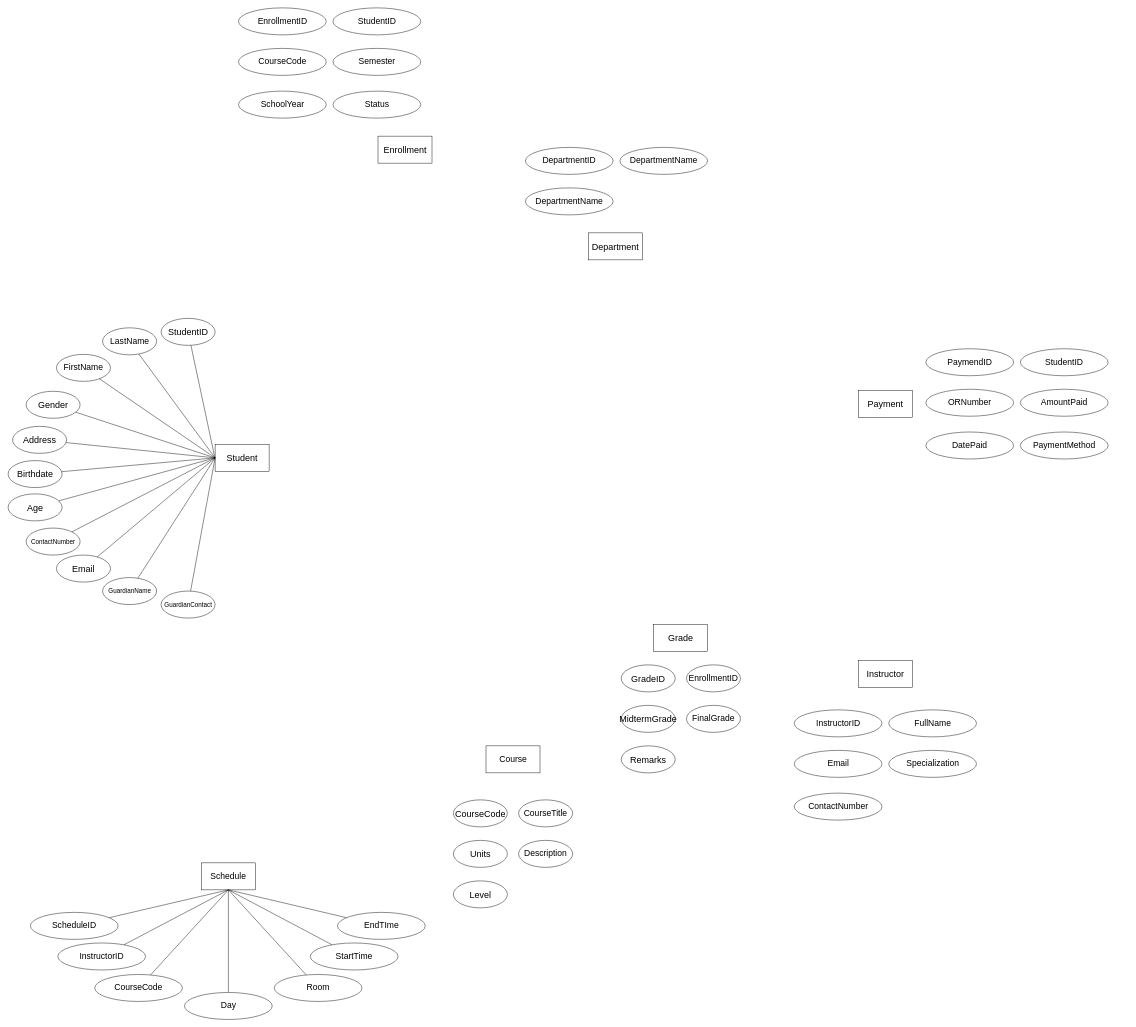
N0Obitaz/DrawIODiagrams keeps this draw.io diagram as Projects/Untitled Diagram.drawio. Above is the earlier version. Source tidied: cells renumbered, new cells numbered last; positions are measured from the earlier drawing's top-left corner, leaving out a move shared by most shapes. Both pictures are drawn from the tidied source at 45%, with x=0, y=0 at pixel (8, 8).
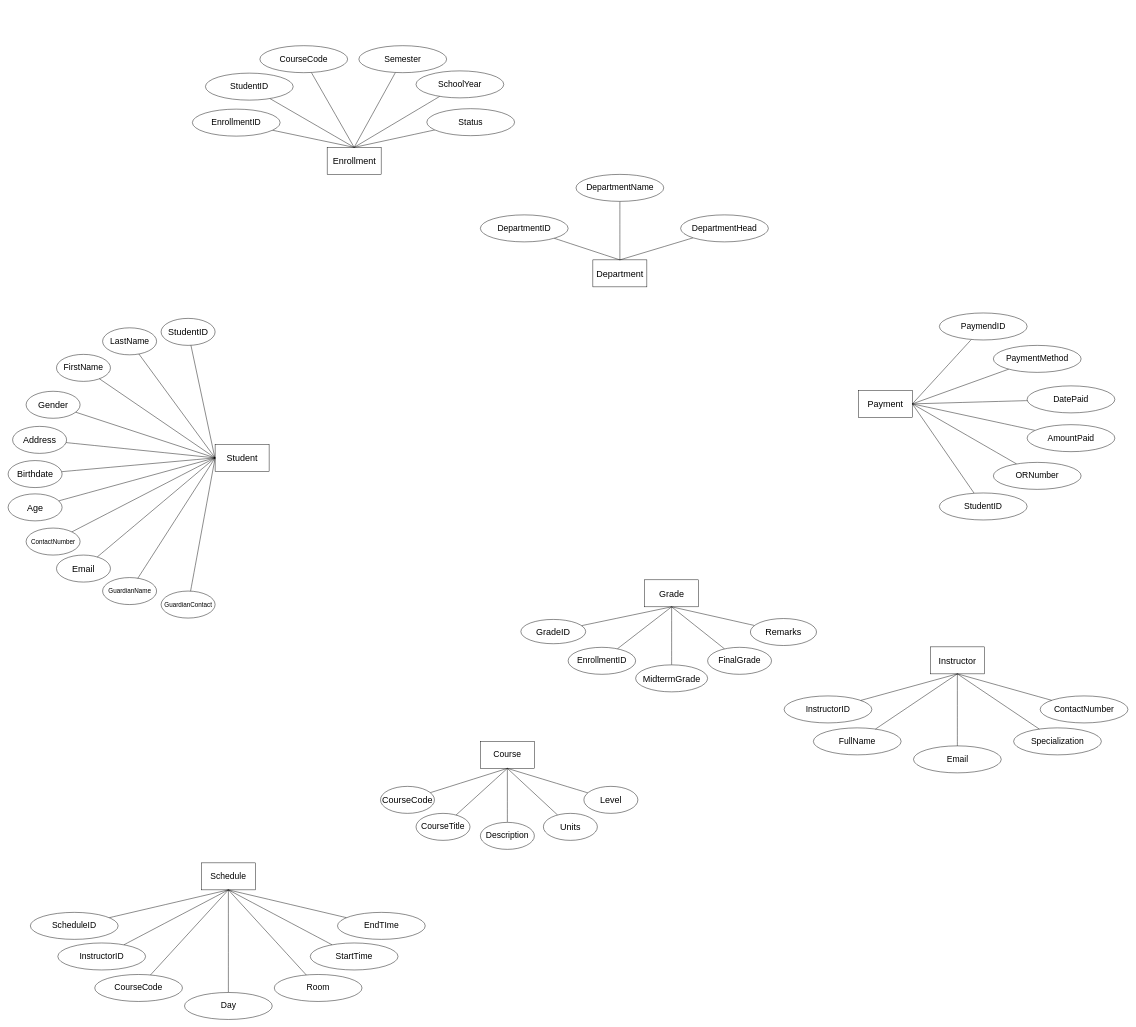
The same diagram, later.

Unchanged cells that the change refers to:
```xml
<mxCell id="3" value="Payment" style="rounded=0;whiteSpace=wrap;html=1;fontSize=20;" parent="1" vertex="1">
  <mxGeometry x="1890" y="850" width="120" height="60" as="geometry" />
</mxCell>
```

What changed in the source:
```diff
@@
-    <mxCell id="2" value="Instructor" style="rounded=0;whiteSpace=wrap;html=1;fontSize=20;" parent="1" vertex="1">
-      <mxGeometry x="1890" y="1450" width="120" height="60" as="geometry" />
-    </mxCell>
@@
     <mxCell id="4" value="Grade" style="rounded=0;whiteSpace=wrap;html=1;fontSize=20;" parent="1" vertex="1">
-      <mxGeometry x="1435" y="1370" width="120" height="60" as="geometry" />
+      <mxGeometry x="1415" y="1271" width="120" height="60" as="geometry" />
     </mxCell>
-    <mxCell id="5" value="FullName" style="ellipse;whiteSpace=wrap;html=1;fontSize=19;" parent="1" vertex="1">
-      <mxGeometry x="1957.5" y="1560" width="195" height="60" as="geometry" />
-    </mxCell>
-    <mxCell id="6" value="InstructorID" style="ellipse;whiteSpace=wrap;html=1;fontSize=19;" parent="1" vertex="1">
-      <mxGeometry x="1747.5" y="1560" width="195" height="60" as="geometry" />
-    </mxCell>
-    <mxCell id="7" value="Email" style="ellipse;whiteSpace=wrap;html=1;fontSize=19;" parent="1" vertex="1">
-      <mxGeometry x="1747.5" y="1650" width="195" height="60" as="geometry" />
-    </mxCell>
-    <mxCell id="8" value="ContactNumber" style="ellipse;whiteSpace=wrap;html=1;fontSize=19;" parent="1" vertex="1">
-      <mxGeometry x="1747.5" y="1745" width="195" height="60" as="geometry" />
-    </mxCell>
-    <mxCell id="9" value="Specialization" style="ellipse;whiteSpace=wrap;html=1;fontSize=19;" parent="1" vertex="1">
-      <mxGeometry x="1957.5" y="1650" width="195" height="60" as="geometry" />
-    </mxCell>
+    <mxCell id="80" style="edgeStyle=none;curved=1;rounded=0;jettySize=auto;html=1;entryX=1;entryY=0.5;entryDx=0;entryDy=0;fontSize=12;startSize=8;endSize=8;endArrow=none;endFill=0;" parent="1" edge="1" source="10" target="3">
+      <mxGeometry relative="1" as="geometry" />
+    </mxCell>
     <mxCell id="10" value="StudentID" style="ellipse;whiteSpace=wrap;html=1;fontSize=19;" parent="1" vertex="1">
-      <mxGeometry x="2250" y="757.5" width="195" height="60" as="geometry" />
+      <mxGeometry x="2070" y="1078" width="195" height="60" as="geometry" />
     </mxCell>
+    <mxCell id="81" style="edgeStyle=none;curved=1;rounded=0;jettySize=auto;html=1;entryX=1;entryY=0.5;entryDx=0;entryDy=0;fontSize=12;startSize=8;endSize=8;endArrow=none;endFill=0;" parent="1" edge="1" source="11" target="3">
+      <mxGeometry relative="1" as="geometry" />
+    </mxCell>
     <mxCell id="11" value="PaymendID" style="ellipse;whiteSpace=wrap;html=1;fontSize=19;" parent="1" vertex="1">
-      <mxGeometry x="2040" y="757.5" width="195" height="60" as="geometry" />
+      <mxGeometry x="2070" y="678" width="195" height="60" as="geometry" />
     </mxCell>
+    <mxCell id="82" style="edgeStyle=none;curved=1;rounded=0;jettySize=auto;html=1;entryX=1;entryY=0.5;entryDx=0;entryDy=0;fontSize=12;startSize=8;endSize=8;endArrow=none;endFill=0;" parent="1" edge="1" source="12" target="3">
+      <mxGeometry relative="1" as="geometry" />
+    </mxCell>
     <mxCell id="12" value="ORNumber" style="ellipse;whiteSpace=wrap;html=1;fontSize=19;" parent="1" vertex="1">
-      <mxGeometry x="2040" y="847.5" width="195" height="60" as="geometry" />
+      <mxGeometry x="2190" y="1010" width="195" height="60" as="geometry" />
     </mxCell>
+    <mxCell id="83" style="edgeStyle=none;curved=1;rounded=0;jettySize=auto;html=1;entryX=1;entryY=0.5;entryDx=0;entryDy=0;fontSize=12;startSize=8;endSize=8;endArrow=none;endFill=0;" parent="1" edge="1" source="13" target="3">
+      <mxGeometry relative="1" as="geometry" />
+    </mxCell>
     <mxCell id="13" value="DatePaid" style="ellipse;whiteSpace=wrap;html=1;fontSize=19;" parent="1" vertex="1">
-      <mxGeometry x="2040" y="942.5" width="195" height="60" as="geometry" />
+      <mxGeometry x="2265" y="840" width="195" height="60" as="geometry" />
     </mxCell>
+    <mxCell id="84" style="edgeStyle=none;curved=1;rounded=0;jettySize=auto;html=1;entryX=1;entryY=0.5;entryDx=0;entryDy=0;fontSize=12;startSize=8;endSize=8;endArrow=none;endFill=0;" parent="1" edge="1" source="14" target="3">
+      <mxGeometry relative="1" as="geometry" />
+    </mxCell>
     <mxCell id="14" value="AmountPaid" style="ellipse;whiteSpace=wrap;html=1;fontSize=19;" parent="1" vertex="1">
-      <mxGeometry x="2250" y="847.5" width="195" height="60" as="geometry" />
+      <mxGeometry x="2265" y="926.2" width="195" height="60" as="geometry" />
     </mxCell>
+    <mxCell id="85" style="edgeStyle=none;curved=1;rounded=0;jettySize=auto;html=1;entryX=1;entryY=0.5;entryDx=0;entryDy=0;fontSize=12;startSize=8;endSize=8;endArrow=none;endFill=0;" parent="1" edge="1" source="15" target="3">
+      <mxGeometry relative="1" as="geometry" />
+    </mxCell>
     <mxCell id="15" value="PaymentMethod" style="ellipse;whiteSpace=wrap;html=1;fontSize=19;" parent="1" vertex="1">
-      <mxGeometry x="2250" y="942.5" width="195" height="60" as="geometry" />
+      <mxGeometry x="2190" y="750" width="195" height="60" as="geometry" />
     </mxCell>
-    <mxCell id="16" style="group;" parent="1" vertex="1">
-      <mxGeometry x="990" y="1640" width="265" height="360" as="geometry" />
-    </mxCell>
-    <mxCell id="17" value="Course" style="rounded=0;whiteSpace=wrap;html=1;fontSize=19;" parent="16" vertex="1">
-      <mxGeometry x="72.5" width="120" height="60" as="geometry" />
-    </mxCell>
-    <mxCell id="18" value="CourseTitle" style="ellipse;whiteSpace=wrap;html=1;fontSize=19;" parent="16" vertex="1">
-      <mxGeometry x="145" y="120" width="120" height="60" as="geometry" />
-    </mxCell>
-    <mxCell id="19" value="Description" style="ellipse;whiteSpace=wrap;html=1;fontSize=19;" parent="16" vertex="1">
-      <mxGeometry x="145" y="210" width="120" height="60" as="geometry" />
-    </mxCell>
-    <mxCell id="20" value="CourseCode" style="ellipse;whiteSpace=wrap;html=1;fontSize=20;" parent="16" vertex="1">
-      <mxGeometry y="120" width="120" height="60" as="geometry" />
-    </mxCell>
-    <mxCell id="21" value="Units" style="ellipse;whiteSpace=wrap;html=1;fontSize=20;" parent="16" vertex="1">
-      <mxGeometry y="210" width="120" height="60" as="geometry" />
-    </mxCell>
-    <mxCell id="22" value="Level" style="ellipse;whiteSpace=wrap;html=1;fontSize=20;" parent="16" vertex="1">
-      <mxGeometry y="300" width="120" height="60" as="geometry" />
-    </mxCell>
-    <mxCell id="23" style="group;" parent="1" vertex="1">
-      <mxGeometry x="1150" y="310" width="405" height="250" as="geometry" />
-    </mxCell>
-    <mxCell id="24" value="Department" style="rounded=0;whiteSpace=wrap;html=1;fontSize=20;" parent="23" vertex="1">
-      <mxGeometry x="140" y="190" width="120" height="60" as="geometry" />
-    </mxCell>
-    <mxCell id="25" value="DepartmentName" style="ellipse;whiteSpace=wrap;html=1;fontSize=19;" parent="23" vertex="1">
-      <mxGeometry x="210" width="195" height="60" as="geometry" />
-    </mxCell>
-    <mxCell id="26" value="DepartmentID" style="ellipse;whiteSpace=wrap;html=1;fontSize=19;" parent="23" vertex="1">
-      <mxGeometry width="195" height="60" as="geometry" />
-    </mxCell>
-    <mxCell id="27" value="DepartmentName" style="ellipse;whiteSpace=wrap;html=1;fontSize=19;" parent="23" vertex="1">
-      <mxGeometry y="90" width="195" height="60" as="geometry" />
-    </mxCell>
+    <mxCell id="86" style="edgeStyle=none;curved=1;rounded=0;jettySize=auto;html=1;entryX=0.5;entryY=1;entryDx=0;entryDy=0;fontSize=12;startSize=8;endSize=8;endArrow=none;endFill=0;" parent="1" edge="1" source="28" target="4">
+      <mxGeometry relative="1" as="geometry" />
+    </mxCell>
     <mxCell id="28" value="EnrollmentID" style="ellipse;whiteSpace=wrap;html=1;fontSize=19;" parent="1" vertex="1">
-      <mxGeometry x="1508" y="1460" width="120" height="60" as="geometry" />
+      <mxGeometry x="1245" y="1421" width="150" height="60" as="geometry" />
     </mxCell>
+    <mxCell id="87" style="edgeStyle=none;curved=1;rounded=0;jettySize=auto;html=1;entryX=0.5;entryY=1;entryDx=0;entryDy=0;fontSize=12;startSize=8;endSize=8;endArrow=none;endFill=0;" parent="1" edge="1" source="29" target="4">
+      <mxGeometry relative="1" as="geometry" />
+    </mxCell>
     <mxCell id="29" value="FinalGrade" style="ellipse;whiteSpace=wrap;html=1;fontSize=19;" parent="1" vertex="1">
-      <mxGeometry x="1508" y="1550" width="120" height="60" as="geometry" />
+      <mxGeometry x="1555" y="1421" width="142" height="60" as="geometry" />
     </mxCell>
+    <mxCell id="88" style="edgeStyle=none;curved=1;rounded=0;jettySize=auto;html=1;entryX=0.5;entryY=1;entryDx=0;entryDy=0;fontSize=12;startSize=8;endSize=8;endArrow=none;endFill=0;" parent="1" edge="1" source="30" target="4">
+      <mxGeometry relative="1" as="geometry" />
+    </mxCell>
     <mxCell id="30" value="GradeID" style="ellipse;whiteSpace=wrap;html=1;fontSize=20;" parent="1" vertex="1">
-      <mxGeometry x="1363" y="1460" width="120" height="60" as="geometry" />
+      <mxGeometry x="1140" y="1359" width="144" height="54" as="geometry" />
     </mxCell>
+    <mxCell id="89" style="edgeStyle=none;curved=1;rounded=0;jettySize=auto;html=1;entryX=0.5;entryY=1;entryDx=0;entryDy=0;fontSize=12;startSize=8;endSize=8;endArrow=none;endFill=0;" parent="1" edge="1" source="31" target="4">
+      <mxGeometry relative="1" as="geometry" />
+    </mxCell>
     <mxCell id="31" value="MidtermGrade" style="ellipse;whiteSpace=wrap;html=1;fontSize=20;" parent="1" vertex="1">
-      <mxGeometry x="1363" y="1550" width="120" height="60" as="geometry" />
+      <mxGeometry x="1395" y="1460" width="160" height="60" as="geometry" />
     </mxCell>
+    <mxCell id="90" style="edgeStyle=none;curved=1;rounded=0;jettySize=auto;html=1;entryX=0.5;entryY=1;entryDx=0;entryDy=0;fontSize=12;startSize=8;endSize=8;endArrow=none;endFill=0;" parent="1" edge="1" source="32" target="4">
+      <mxGeometry relative="1" as="geometry" />
+    </mxCell>
     <mxCell id="32" value="Remarks" style="ellipse;whiteSpace=wrap;html=1;fontSize=20;" parent="1" vertex="1">
-      <mxGeometry x="1363" y="1640" width="120" height="60" as="geometry" />
+      <mxGeometry x="1650" y="1357" width="147" height="60" as="geometry" />
     </mxCell>
-    <mxCell id="33" style="group;" parent="1" vertex="1">
-      <mxGeometry x="512.5" width="430" height="345" as="geometry" />
-    </mxCell>
-    <mxCell id="34" value="Enrollment" style="rounded=0;whiteSpace=wrap;html=1;fontSize=20;" parent="33" vertex="1">
-      <mxGeometry x="310" y="285" width="120" height="60" as="geometry" />
-    </mxCell>
-    <mxCell id="35" value="StudentID" style="ellipse;whiteSpace=wrap;html=1;fontSize=19;" parent="33" vertex="1">
-      <mxGeometry x="210" width="195" height="60" as="geometry" />
-    </mxCell>
-    <mxCell id="36" value="EnrollmentID" style="ellipse;whiteSpace=wrap;html=1;fontSize=19;" parent="33" vertex="1">
-      <mxGeometry width="195" height="60" as="geometry" />
-    </mxCell>
-    <mxCell id="37" value="CourseCode" style="ellipse;whiteSpace=wrap;html=1;fontSize=19;" parent="33" vertex="1">
-      <mxGeometry y="90" width="195" height="60" as="geometry" />
-    </mxCell>
-    <mxCell id="38" value="SchoolYear" style="ellipse;whiteSpace=wrap;html=1;fontSize=19;" parent="33" vertex="1">
-      <mxGeometry y="185" width="195" height="60" as="geometry" />
-    </mxCell>
-    <mxCell id="39" value="Semester" style="ellipse;whiteSpace=wrap;html=1;fontSize=19;" parent="33" vertex="1">
-      <mxGeometry x="210" y="90" width="195" height="60" as="geometry" />
-    </mxCell>
-    <mxCell id="40" value="Status" style="ellipse;whiteSpace=wrap;html=1;fontSize=19;" parent="33" vertex="1">
-      <mxGeometry x="210" y="185" width="195" height="60" as="geometry" />
-    </mxCell>
@@
+    <mxCell id="34" value="Enrollment" style="rounded=0;whiteSpace=wrap;html=1;fontSize=20;" parent="1" vertex="1">
+      <mxGeometry x="709.5" y="310" width="120" height="60" as="geometry" />
+    </mxCell>
+    <mxCell id="91" style="edgeStyle=none;curved=1;rounded=0;jettySize=auto;html=1;fontSize=12;startSize=8;endSize=8;entryX=0.5;entryY=0;entryDx=0;entryDy=0;endArrow=none;endFill=0;" parent="1" edge="1" source="35" target="34">
+      <mxGeometry relative="1" as="geometry" />
+    </mxCell>
+    <mxCell id="35" value="StudentID" style="ellipse;whiteSpace=wrap;html=1;fontSize=19;" parent="1" vertex="1">
+      <mxGeometry x="439" y="145" width="195" height="60" as="geometry" />
+    </mxCell>
+    <mxCell id="92" style="edgeStyle=none;curved=1;rounded=0;jettySize=auto;html=1;entryX=0.5;entryY=0;entryDx=0;entryDy=0;fontSize=12;startSize=8;endSize=8;endArrow=none;endFill=0;" parent="1" edge="1" source="36" target="34">
+      <mxGeometry relative="1" as="geometry" />
+    </mxCell>
+    <mxCell id="36" value="EnrollmentID" style="ellipse;whiteSpace=wrap;html=1;fontSize=19;" parent="1" vertex="1">
+      <mxGeometry x="410" y="225" width="195" height="60" as="geometry" />
+    </mxCell>
+    <mxCell id="93" style="edgeStyle=none;curved=1;rounded=0;jettySize=auto;html=1;entryX=0.5;entryY=0;entryDx=0;entryDy=0;fontSize=12;startSize=8;endSize=8;endArrow=none;endFill=0;" parent="1" edge="1" source="37" target="34">
+      <mxGeometry relative="1" as="geometry" />
+    </mxCell>
+    <mxCell id="37" value="CourseCode" style="ellipse;whiteSpace=wrap;html=1;fontSize=19;" parent="1" vertex="1">
+      <mxGeometry x="560" y="84" width="195" height="60" as="geometry" />
+    </mxCell>
+    <mxCell id="94" style="edgeStyle=none;curved=1;rounded=0;jettySize=auto;html=1;fontSize=12;startSize=8;endSize=8;entryX=0.5;entryY=0;entryDx=0;entryDy=0;endArrow=none;endFill=0;" parent="1" edge="1" source="38" target="34">
+      <mxGeometry relative="1" as="geometry" />
+    </mxCell>
+    <mxCell id="38" value="SchoolYear" style="ellipse;whiteSpace=wrap;html=1;fontSize=19;" parent="1" vertex="1">
+      <mxGeometry x="907" y="140" width="195" height="60" as="geometry" />
+    </mxCell>
+    <mxCell id="95" style="edgeStyle=none;curved=1;rounded=0;jettySize=auto;html=1;fontSize=12;startSize=8;endSize=8;entryX=0.5;entryY=0;entryDx=0;entryDy=0;endArrow=none;endFill=0;" parent="1" edge="1" source="39" target="34">
+      <mxGeometry relative="1" as="geometry" />
+    </mxCell>
+    <mxCell id="39" value="Semester" style="ellipse;whiteSpace=wrap;html=1;fontSize=19;" parent="1" vertex="1">
+      <mxGeometry x="780" y="84" width="195" height="60" as="geometry" />
+    </mxCell>
+    <mxCell id="96" style="edgeStyle=none;curved=1;rounded=0;jettySize=auto;html=1;fontSize=12;startSize=8;endSize=8;entryX=0.5;entryY=0;entryDx=0;entryDy=0;endArrow=none;endFill=0;" parent="1" edge="1" source="40" target="34">
+      <mxGeometry relative="1" as="geometry" />
+    </mxCell>
+    <mxCell id="40" value="Status" style="ellipse;whiteSpace=wrap;html=1;fontSize=19;" parent="1" vertex="1">
+      <mxGeometry x="931" y="224" width="195" height="60" as="geometry" />
+    </mxCell>
+    <mxCell id="24" value="Department" style="rounded=0;whiteSpace=wrap;html=1;fontSize=20;" parent="1" vertex="1">
+      <mxGeometry x="1300" y="560" width="120" height="60" as="geometry" />
+    </mxCell>
+    <mxCell id="97" style="edgeStyle=none;curved=1;rounded=0;jettySize=auto;html=1;fontSize=12;startSize=8;endSize=8;entryX=0.5;entryY=0;entryDx=0;entryDy=0;endArrow=none;endFill=0;" parent="1" edge="1" source="25" target="24">
+      <mxGeometry relative="1" as="geometry" />
+    </mxCell>
+    <mxCell id="25" value="DepartmentName" style="ellipse;whiteSpace=wrap;html=1;fontSize=19;" parent="1" vertex="1">
+      <mxGeometry x="1262.5" y="370" width="195" height="60" as="geometry" />
+    </mxCell>
+    <mxCell id="98" style="edgeStyle=none;curved=1;rounded=0;jettySize=auto;html=1;entryX=0.5;entryY=0;entryDx=0;entryDy=0;fontSize=12;startSize=8;endSize=8;endArrow=none;endFill=0;" parent="1" edge="1" source="26" target="24">
+      <mxGeometry relative="1" as="geometry" />
+    </mxCell>
+    <mxCell id="26" value="DepartmentID" style="ellipse;whiteSpace=wrap;html=1;fontSize=19;" parent="1" vertex="1">
+      <mxGeometry x="1050" y="460" width="195" height="60" as="geometry" />
+    </mxCell>
+    <mxCell id="99" style="edgeStyle=none;curved=1;rounded=0;jettySize=auto;html=1;entryX=0.5;entryY=0;entryDx=0;entryDy=0;fontSize=12;startSize=8;endSize=8;endArrow=none;endFill=0;" parent="1" edge="1" source="27" target="24">
+      <mxGeometry relative="1" as="geometry" />
+    </mxCell>
+    <mxCell id="27" value="DepartmentHead" style="ellipse;whiteSpace=wrap;html=1;fontSize=19;" parent="1" vertex="1">
+      <mxGeometry x="1495" y="460" width="195" height="60" as="geometry" />
+    </mxCell>
+    <mxCell id="100" style="group;" parent="1" vertex="1">
+      <mxGeometry x="1725" y="1420" width="764" height="280" as="geometry" />
+    </mxCell>
+    <mxCell id="2" value="Instructor" style="rounded=0;whiteSpace=wrap;html=1;fontSize=20;" parent="100" vertex="1">
+      <mxGeometry x="325" width="120" height="60" as="geometry" />
+    </mxCell>
+    <mxCell id="5" value="FullName" style="ellipse;whiteSpace=wrap;html=1;fontSize=19;" parent="100" vertex="1">
+      <mxGeometry x="65" y="180" width="195" height="60" as="geometry" />
+    </mxCell>
+    <mxCell id="6" value="InstructorID" style="ellipse;whiteSpace=wrap;html=1;fontSize=19;" parent="100" vertex="1">
+      <mxGeometry y="109" width="195" height="60" as="geometry" />
+    </mxCell>
+    <mxCell id="7" value="Email" style="ellipse;whiteSpace=wrap;html=1;fontSize=19;" parent="100" vertex="1">
+      <mxGeometry x="287.5" y="220" width="195" height="60" as="geometry" />
+    </mxCell>
+    <mxCell id="8" value="ContactNumber" style="ellipse;whiteSpace=wrap;html=1;fontSize=19;" parent="100" vertex="1">
+      <mxGeometry x="569" y="109" width="195" height="60" as="geometry" />
+    </mxCell>
+    <mxCell id="9" value="Specialization" style="ellipse;whiteSpace=wrap;html=1;fontSize=19;" parent="100" vertex="1">
+      <mxGeometry x="510" y="180" width="195" height="60" as="geometry" />
+    </mxCell>
+    <mxCell id="101" style="edgeStyle=none;curved=1;rounded=0;jettySize=auto;html=1;entryX=0.5;entryY=1;entryDx=0;entryDy=0;fontSize=12;startSize=8;endSize=8;endArrow=none;endFill=0;" parent="100" edge="1" source="5" target="2">
+      <mxGeometry relative="1" as="geometry" />
+    </mxCell>
+    <mxCell id="102" style="edgeStyle=none;curved=1;rounded=0;jettySize=auto;html=1;entryX=0.5;entryY=1;entryDx=0;entryDy=0;fontSize=12;startSize=8;endSize=8;endArrow=none;endFill=0;" parent="100" edge="1" source="6" target="2">
+      <mxGeometry relative="1" as="geometry" />
+    </mxCell>
+    <mxCell id="103" style="edgeStyle=none;curved=1;rounded=0;jettySize=auto;html=1;entryX=0.5;entryY=1;entryDx=0;entryDy=0;fontSize=12;startSize=8;endSize=8;endArrow=none;endFill=0;" parent="100" edge="1" source="7" target="2">
+      <mxGeometry relative="1" as="geometry" />
+    </mxCell>
+    <mxCell id="104" style="edgeStyle=none;curved=1;rounded=0;jettySize=auto;html=1;fontSize=12;startSize=8;endSize=8;entryX=0.5;entryY=1;entryDx=0;entryDy=0;endArrow=none;endFill=0;" parent="100" edge="1" source="8" target="2">
+      <mxGeometry relative="1" as="geometry" />
+    </mxCell>
+    <mxCell id="105" style="edgeStyle=none;curved=1;rounded=0;jettySize=auto;html=1;entryX=0.5;entryY=1;entryDx=0;entryDy=0;fontSize=12;startSize=8;endSize=8;endArrow=none;endFill=0;" parent="100" edge="1" source="9" target="2">
+      <mxGeometry relative="1" as="geometry" />
+    </mxCell>
+    <mxCell id="17" value="Course" style="rounded=0;whiteSpace=wrap;html=1;fontSize=19;" parent="1" vertex="1">
+      <mxGeometry x="1050" y="1630" width="120" height="60" as="geometry" />
+    </mxCell>
+    <mxCell id="106" style="edgeStyle=none;curved=1;rounded=0;jettySize=auto;html=1;entryX=0.5;entryY=1;entryDx=0;entryDy=0;fontSize=12;startSize=8;endSize=8;endArrow=none;endFill=0;" parent="1" edge="1" source="18" target="17">
+      <mxGeometry relative="1" as="geometry" />
+    </mxCell>
+    <mxCell id="18" value="CourseTitle" style="ellipse;whiteSpace=wrap;html=1;fontSize=19;" parent="1" vertex="1">
+      <mxGeometry x="907" y="1790" width="120" height="60" as="geometry" />
+    </mxCell>
+    <mxCell id="107" style="edgeStyle=none;curved=1;rounded=0;jettySize=auto;html=1;entryX=0.5;entryY=1;entryDx=0;entryDy=0;fontSize=12;startSize=8;endSize=8;endArrow=none;endFill=0;" parent="1" edge="1" source="19" target="17">
+      <mxGeometry relative="1" as="geometry" />
+    </mxCell>
+    <mxCell id="19" value="Description" style="ellipse;whiteSpace=wrap;html=1;fontSize=19;" parent="1" vertex="1">
+      <mxGeometry x="1050" y="1810" width="120" height="60" as="geometry" />
+    </mxCell>
+    <mxCell id="108" style="edgeStyle=none;curved=1;rounded=0;jettySize=auto;html=1;entryX=0.5;entryY=1;entryDx=0;entryDy=0;fontSize=12;startSize=8;endSize=8;endArrow=none;endFill=0;" parent="1" edge="1" source="20" target="17">
+      <mxGeometry relative="1" as="geometry" />
+    </mxCell>
+    <mxCell id="20" value="CourseCode" style="ellipse;whiteSpace=wrap;html=1;fontSize=20;" parent="1" vertex="1">
+      <mxGeometry x="828" y="1730" width="120" height="60" as="geometry" />
+    </mxCell>
+    <mxCell id="109" style="edgeStyle=none;curved=1;rounded=0;jettySize=auto;html=1;entryX=0.5;entryY=1;entryDx=0;entryDy=0;fontSize=12;startSize=8;endSize=8;endArrow=none;endFill=0;" parent="1" edge="1" source="21" target="17">
+      <mxGeometry relative="1" as="geometry" />
+    </mxCell>
+    <mxCell id="21" value="Units" style="ellipse;whiteSpace=wrap;html=1;fontSize=20;" parent="1" vertex="1">
+      <mxGeometry x="1190" y="1790" width="120" height="60" as="geometry" />
+    </mxCell>
+    <mxCell id="110" style="edgeStyle=none;curved=1;rounded=0;jettySize=auto;html=1;entryX=0.5;entryY=1;entryDx=0;entryDy=0;fontSize=12;startSize=8;endSize=8;endArrow=none;endFill=0;" parent="1" edge="1" source="22" target="17">
+      <mxGeometry relative="1" as="geometry" />
+    </mxCell>
+    <mxCell id="22" value="Level" style="ellipse;whiteSpace=wrap;html=1;fontSize=20;" parent="1" vertex="1">
+      <mxGeometry x="1280" y="1730" width="120" height="60" as="geometry" />
+    </mxCell>
```
